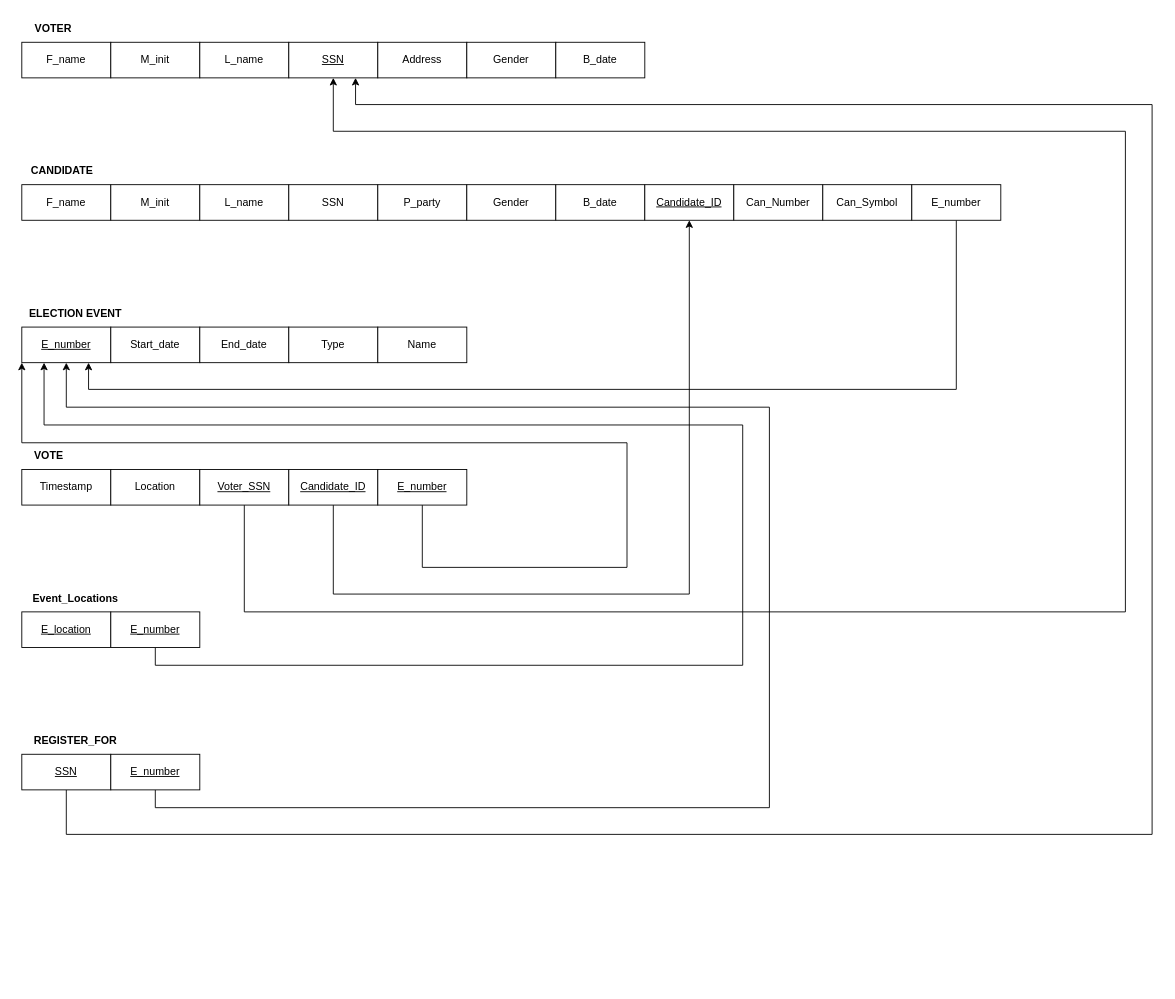
AbdEl-Rahman21/DBMS_Project keeps this draw.io diagram as DBMS_Schema.drawio. Above is the earlier version. Source tidied: cells renumbered, new cells numbered last; positions are measured from the earlier drawing's top-left corner, leaving out a move shared by most shapes. Both pictures are drawn from the tidied source at 89%, with x=0, y=0 at pixel (17, 15).
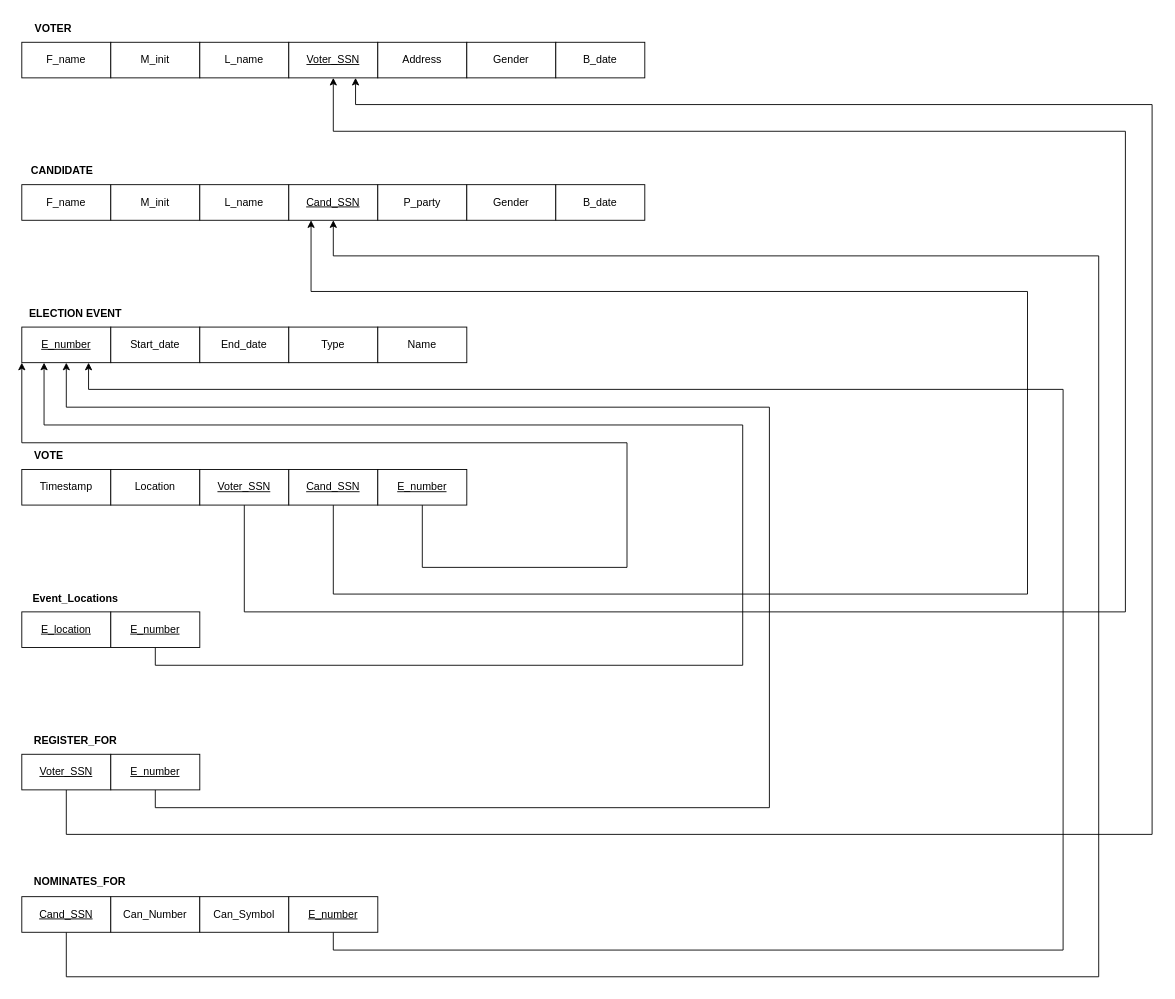
After the change.

Unchanged cells that the change refers to:
```xml
<mxCell id="21" value="&lt;u&gt;E_number&lt;/u&gt;" style="whiteSpace=wrap;html=1;align=center;" parent="1" vertex="1">
  <mxGeometry x="5" y="350" width="100" height="40" as="geometry" />
</mxCell>
```

The edit, as a diff of the source:
```diff
@@
-    <mxCell id="6" value="&lt;u&gt;SSN&lt;/u&gt;" style="whiteSpace=wrap;html=1;align=center;" parent="1" vertex="1">
+    <mxCell id="6" value="&lt;u&gt;Voter_SSN&lt;/u&gt;" style="whiteSpace=wrap;html=1;align=center;" parent="1" vertex="1">
       <mxGeometry x="305" y="30" width="100" height="40" as="geometry" />
     </mxCell>
@@
-    <mxCell id="14" value="SSN" style="whiteSpace=wrap;html=1;align=center;" parent="1" vertex="1">
+    <mxCell id="14" value="&lt;u&gt;Cand_SSN&lt;/u&gt;" style="whiteSpace=wrap;html=1;align=center;" parent="1" vertex="1">
       <mxGeometry x="305" y="190" width="100" height="40" as="geometry" />
     </mxCell>
@@
+    <mxCell id="47" style="edgeStyle=orthogonalEdgeStyle;rounded=0;jettySize=auto;html=1;exitX=0.5;exitY=1;exitDx=0;exitDy=0;entryX=0.5;entryY=1;entryDx=0;entryDy=0;" parent="1" edge="1" source="18" target="14">
+      <mxGeometry relative="1" as="geometry">
+        <Array as="points">
+          <mxPoint x="55" y="1080" />
+          <mxPoint x="1215" y="1080" />
+          <mxPoint x="1215" y="270" />
+          <mxPoint x="355" y="270" />
+        </Array>
+      </mxGeometry>
+    </mxCell>
-    <mxCell id="18" value="&lt;u&gt;Candidate_ID&lt;/u&gt;" style="whiteSpace=wrap;html=1;align=center;" parent="1" vertex="1">
-      <mxGeometry x="705" y="190" width="100" height="40" as="geometry" />
+    <mxCell id="18" value="&lt;u&gt;Cand_SSN&lt;/u&gt;" style="whiteSpace=wrap;html=1;align=center;" parent="1" vertex="1">
+      <mxGeometry x="5" y="990" width="100" height="40" as="geometry" />
     </mxCell>
     <mxCell id="19" value="Can_Number" style="whiteSpace=wrap;html=1;align=center;" parent="1" vertex="1">
-      <mxGeometry x="805" y="190" width="100" height="40" as="geometry" />
+      <mxGeometry x="105" y="990" width="100" height="40" as="geometry" />
     </mxCell>
     <mxCell id="20" value="Can_Symbol" style="whiteSpace=wrap;html=1;align=center;" parent="1" vertex="1">
-      <mxGeometry x="905" y="190" width="100" height="40" as="geometry" />
+      <mxGeometry x="205" y="990" width="100" height="40" as="geometry" />
     </mxCell>
@@
-    <mxCell id="32" style="edgeStyle=orthogonalEdgeStyle;rounded=0;jettySize=auto;html=1;exitX=0.5;exitY=1;exitDx=0;exitDy=0;entryX=0.5;entryY=1;entryDx=0;entryDy=0;" parent="1" edge="1" source="33" target="18">
-      <mxGeometry relative="1" as="geometry">
-        <Array as="points">
-          <mxPoint x="355" y="650" />
-          <mxPoint x="755" y="650" />
-        </Array>
-      </mxGeometry>
-    </mxCell>
+    <mxCell id="48" style="edgeStyle=orthogonalEdgeStyle;rounded=0;jettySize=auto;html=1;exitX=0.5;exitY=1;exitDx=0;exitDy=0;entryX=0.25;entryY=1;entryDx=0;entryDy=0;" parent="1" edge="1" source="33" target="14">
+      <mxGeometry relative="1" as="geometry">
+        <Array as="points">
+          <mxPoint x="355" y="650" />
+          <mxPoint x="1135" y="650" />
+          <mxPoint x="1135" y="310" />
+          <mxPoint x="330" y="310" />
+        </Array>
+      </mxGeometry>
+    </mxCell>
-    <mxCell id="33" value="&lt;u&gt;Candidate_ID&lt;/u&gt;" style="whiteSpace=wrap;html=1;align=center;" parent="1" vertex="1">
+    <mxCell id="33" value="&lt;u&gt;Cand_SSN&lt;/u&gt;" style="whiteSpace=wrap;html=1;align=center;" parent="1" vertex="1">
       <mxGeometry x="305" y="510" width="100" height="40" as="geometry" />
     </mxCell>
@@
-    <mxCell id="41" value="&lt;u&gt;SSN&lt;/u&gt;" style="whiteSpace=wrap;html=1;align=center;" parent="1" vertex="1">
+    <mxCell id="41" value="&lt;u&gt;Voter_SSN&lt;/u&gt;" style="whiteSpace=wrap;html=1;align=center;" parent="1" vertex="1">
       <mxGeometry x="5" y="830" width="100" height="40" as="geometry" />
     </mxCell>
@@
     <mxCell id="45" style="edgeStyle=orthogonalEdgeStyle;rounded=0;jettySize=auto;html=1;exitX=0.5;exitY=1;exitDx=0;exitDy=0;entryX=0.75;entryY=1;entryDx=0;entryDy=0;" parent="1" edge="1" source="46" target="21">
       <mxGeometry relative="1" as="geometry">
         <Array as="points">
-          <mxPoint x="1055" y="420" />
+          <mxPoint x="355" y="1050" />
+          <mxPoint x="1175" y="1050" />
+          <mxPoint x="1175" y="420" />
           <mxPoint x="80" y="420" />
         </Array>
       </mxGeometry>
     </mxCell>
-    <mxCell id="46" value="E_number" style="whiteSpace=wrap;html=1;align=center;" parent="1" vertex="1">
-      <mxGeometry x="1005" y="190" width="100" height="40" as="geometry" />
+    <mxCell id="46" value="&lt;u&gt;E_number&lt;/u&gt;" style="whiteSpace=wrap;html=1;align=center;" parent="1" vertex="1">
+      <mxGeometry x="305" y="990" width="100" height="40" as="geometry" />
     </mxCell>
+    <mxCell id="49" value="&lt;b&gt;NOMINATES_FOR&lt;/b&gt;" style="text;html=1;align=center;verticalAlign=middle;strokeColor=none;fillColor=none;" parent="1" vertex="1">
+      <mxGeometry x="5" y="958" width="130" height="30" as="geometry" />
+    </mxCell>
```
